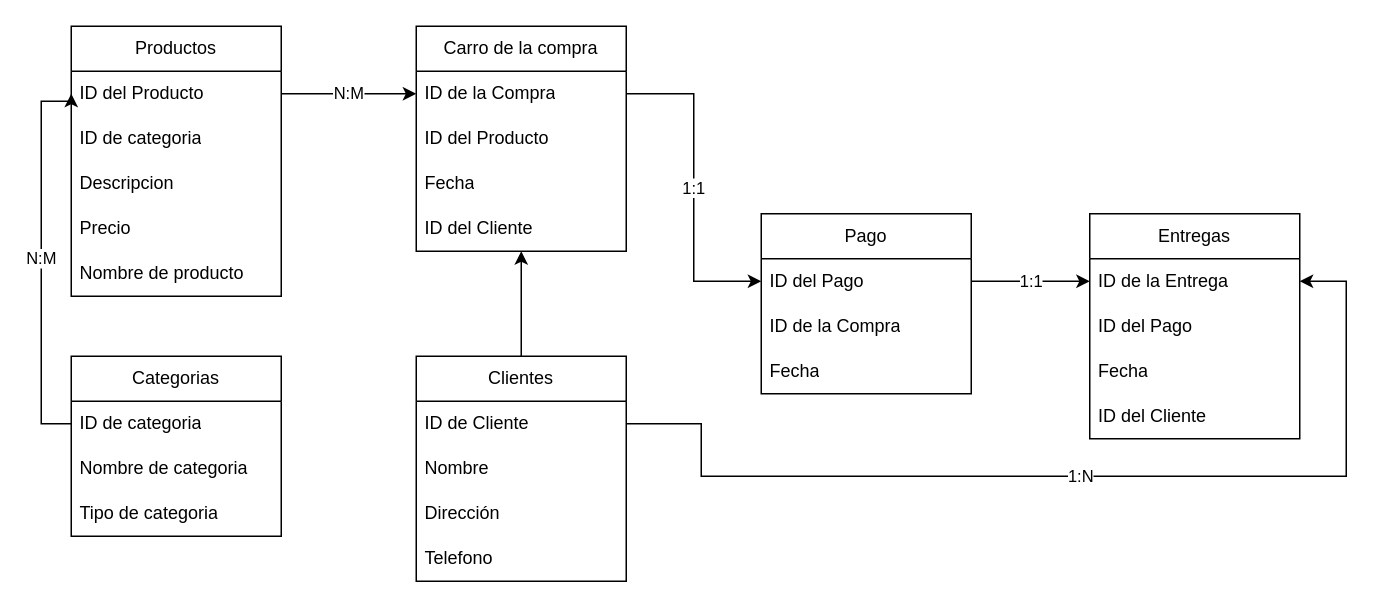
Earlier version of the draw.io diagram diagrama-entidad-relacion.drawio (AnderCasillas/images). Source tidied: cells renumbered, new cells numbered last; positions are measured from the earlier drawing's top-left corner, leaving out a move shared by most shapes. Both pictures are drawn from the tidied source at 150%, with x=0, y=0 at pixel (40, 26).
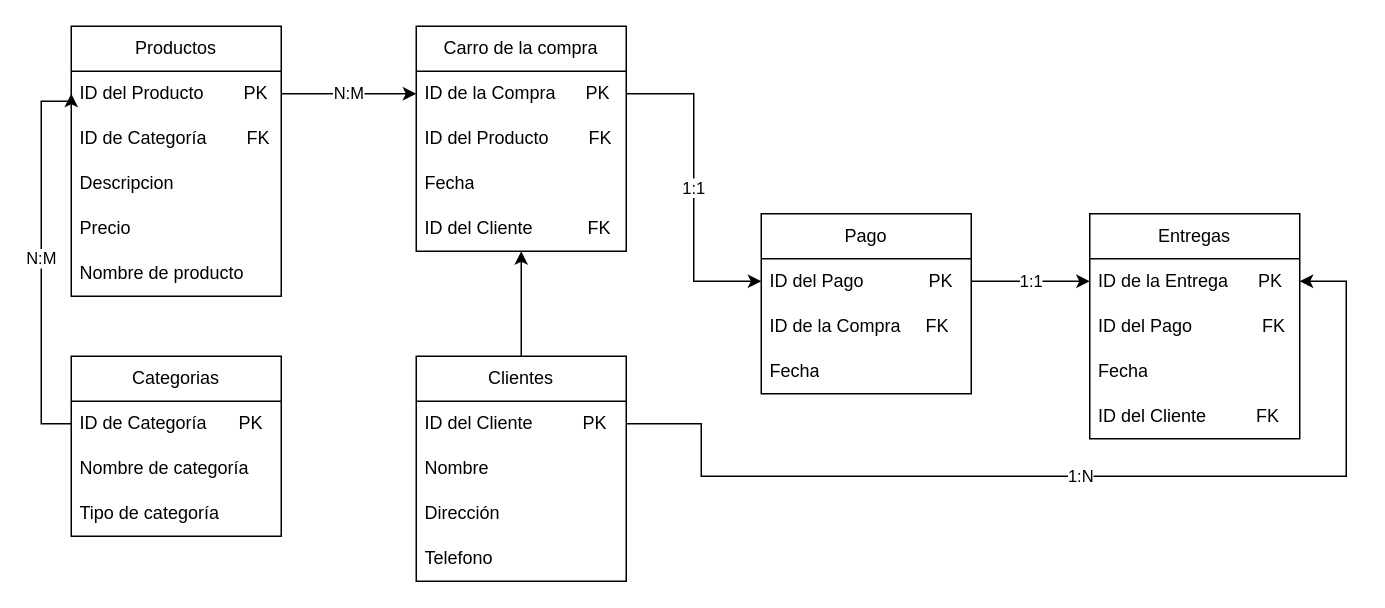
The same diagram, later.

The change refers to these unchanged cells:
```xml
<mxCell id="2" value="Categorias" style="swimlane;fontStyle=0;horizontal=1;startSize=30;whiteSpace=wrap;html=1;" parent="1" vertex="1">
  <mxGeometry x="20" y="220" width="140" height="120" as="geometry" />
</mxCell>
<mxCell id="6" value="Carro de la compra" style="swimlane;fontStyle=0;horizontal=1;startSize=30;whiteSpace=wrap;html=1;" parent="1" vertex="1">
  <mxGeometry x="250" width="140" height="150" as="geometry" />
</mxCell>
<mxCell id="11" value="Entregas" style="swimlane;fontStyle=0;horizontal=1;startSize=30;whiteSpace=wrap;html=1;" parent="1" vertex="1">
  <mxGeometry x="699" y="125" width="140" height="150" as="geometry" />
</mxCell>
<mxCell id="17" value="Clientes" style="swimlane;fontStyle=0;horizontal=1;startSize=30;whiteSpace=wrap;html=1;" parent="1" vertex="1">
  <mxGeometry x="250" y="220" width="140" height="150" as="geometry" />
</mxCell>
<mxCell id="22" value="Productos" style="swimlane;fontStyle=0;horizontal=1;startSize=30;whiteSpace=wrap;html=1;" parent="1" vertex="1">
  <mxGeometry x="20" width="140" height="180" as="geometry" />
</mxCell>
<mxCell id="29" value="Pago" style="swimlane;fontStyle=0;horizontal=1;startSize=30;whiteSpace=wrap;html=1;" parent="1" vertex="1">
  <mxGeometry x="480" y="125" width="140" height="120" as="geometry" />
</mxCell>
```

Diff of the diagram source:
```diff
@@
-    <mxCell id="3" value="ID de categoria" style="text;strokeColor=none;fillColor=none;align=left;verticalAlign=middle;spacingLeft=4;spacingRight=4;overflow=hidden;points=[[0,0.5],[1,0.5]];portConstraint=eastwest;whiteSpace=wrap;html=1;" parent="2" vertex="1">
+    <mxCell id="3" value="ID de Categoría" style="text;strokeColor=none;fillColor=none;align=left;verticalAlign=middle;spacingLeft=4;spacingRight=4;overflow=hidden;points=[[0,0.5],[1,0.5]];portConstraint=eastwest;whiteSpace=wrap;html=1;" parent="2" vertex="1">
       <mxGeometry y="30" width="140" height="30" as="geometry" />
     </mxCell>
-    <mxCell id="4" value="Nombre de categoria" style="text;strokeColor=none;fillColor=none;align=left;verticalAlign=middle;spacingLeft=4;spacingRight=4;overflow=hidden;whiteSpace=wrap;html=1;" parent="2" vertex="1">
+    <mxCell id="4" value="Nombre de categoría" style="text;strokeColor=none;fillColor=none;align=left;verticalAlign=middle;spacingLeft=4;spacingRight=4;overflow=hidden;whiteSpace=wrap;html=1;" parent="2" vertex="1">
       <mxGeometry y="60" width="140" height="30" as="geometry" />
     </mxCell>
-    <mxCell id="5" value="Tipo de categoria" style="text;strokeColor=none;fillColor=none;align=left;verticalAlign=middle;spacingLeft=4;spacingRight=4;overflow=hidden;whiteSpace=wrap;html=1;" parent="2" vertex="1">
+    <mxCell id="5" value="Tipo de categoría" style="text;strokeColor=none;fillColor=none;align=left;verticalAlign=middle;spacingLeft=4;spacingRight=4;overflow=hidden;whiteSpace=wrap;html=1;" parent="2" vertex="1">
       <mxGeometry y="90" width="140" height="30" as="geometry" />
     </mxCell>
@@
-    <mxCell id="7" value="ID de la Compra" style="text;strokeColor=none;fillColor=none;align=left;verticalAlign=middle;spacingLeft=4;spacingRight=4;overflow=hidden;points=[[0,0.5],[1,0.5]];portConstraint=eastwest;whiteSpace=wrap;html=1;" parent="6" vertex="1">
+    <mxCell id="7" value="ID de la Compra&amp;nbsp;&amp;nbsp;&amp;nbsp;&amp;nbsp;&amp;nbsp; PK" style="text;strokeColor=none;fillColor=none;align=left;verticalAlign=middle;spacingLeft=4;spacingRight=4;overflow=hidden;points=[[0,0.5],[1,0.5]];portConstraint=eastwest;whiteSpace=wrap;html=1;" parent="6" vertex="1">
       <mxGeometry y="30" width="140" height="30" as="geometry" />
     </mxCell>
-    <mxCell id="8" value="ID del Producto" style="text;strokeColor=none;fillColor=none;align=left;verticalAlign=middle;spacingLeft=4;spacingRight=4;overflow=hidden;whiteSpace=wrap;html=1;" parent="6" vertex="1">
-      <mxGeometry y="60" width="140" height="30" as="geometry" />
-    </mxCell>
+    <mxCell id="37" value="ID del Producto&amp;nbsp;&amp;nbsp;&amp;nbsp;&amp;nbsp;&amp;nbsp;&amp;nbsp;&amp;nbsp; FK" style="text;strokeColor=none;fillColor=none;align=left;verticalAlign=middle;spacingLeft=4;spacingRight=4;overflow=hidden;whiteSpace=wrap;html=1;" parent="6" vertex="1">
+      <mxGeometry y="60" width="140" height="30" as="geometry" />
+    </mxCell>
@@
-    <mxCell id="10" value="ID del Cliente" style="text;strokeColor=none;fillColor=none;align=left;verticalAlign=middle;spacingLeft=4;spacingRight=4;overflow=hidden;whiteSpace=wrap;html=1;" parent="6" vertex="1">
+    <mxCell id="10" value="ID del Cliente&amp;nbsp;&amp;nbsp;&amp;nbsp;&amp;nbsp;&amp;nbsp;&amp;nbsp;&amp;nbsp;&amp;nbsp;&amp;nbsp;&amp;nbsp; FK" style="text;strokeColor=none;fillColor=none;align=left;verticalAlign=middle;spacingLeft=4;spacingRight=4;overflow=hidden;whiteSpace=wrap;html=1;" parent="6" vertex="1">
       <mxGeometry y="120" width="140" height="30" as="geometry" />
     </mxCell>
@@
-    <mxCell id="12" value="ID de la Entrega" style="text;strokeColor=none;fillColor=none;align=left;verticalAlign=middle;spacingLeft=4;spacingRight=4;overflow=hidden;points=[[0,0.5],[1,0.5]];portConstraint=eastwest;whiteSpace=wrap;html=1;" parent="11" vertex="1">
+    <mxCell id="12" value="ID de la Entrega&amp;nbsp;&amp;nbsp;&amp;nbsp;&amp;nbsp;&amp;nbsp; PK" style="text;strokeColor=none;fillColor=none;align=left;verticalAlign=middle;spacingLeft=4;spacingRight=4;overflow=hidden;points=[[0,0.5],[1,0.5]];portConstraint=eastwest;whiteSpace=wrap;html=1;" parent="11" vertex="1">
       <mxGeometry y="30" width="140" height="30" as="geometry" />
     </mxCell>
-    <mxCell id="13" value="ID del Pago" style="text;strokeColor=none;fillColor=none;align=left;verticalAlign=middle;spacingLeft=4;spacingRight=4;overflow=hidden;whiteSpace=wrap;html=1;" parent="11" vertex="1">
+    <mxCell id="13" value="ID del Pago&amp;nbsp;&amp;nbsp;&amp;nbsp;&amp;nbsp;&amp;nbsp;&amp;nbsp;&amp;nbsp;&amp;nbsp;&amp;nbsp;&amp;nbsp;&amp;nbsp;&amp;nbsp;&amp;nbsp; FK" style="text;strokeColor=none;fillColor=none;align=left;verticalAlign=middle;spacingLeft=4;spacingRight=4;overflow=hidden;whiteSpace=wrap;html=1;" parent="11" vertex="1">
       <mxGeometry y="60" width="140" height="30" as="geometry" />
     </mxCell>
@@
-    <mxCell id="15" value="ID del Cliente" style="text;strokeColor=none;fillColor=none;align=left;verticalAlign=middle;spacingLeft=4;spacingRight=4;overflow=hidden;whiteSpace=wrap;html=1;" parent="11" vertex="1">
+    <mxCell id="15" value="ID del Cliente&amp;nbsp;&amp;nbsp;&amp;nbsp;&amp;nbsp;&amp;nbsp;&amp;nbsp;&amp;nbsp;&amp;nbsp;&amp;nbsp; FK" style="text;strokeColor=none;fillColor=none;align=left;verticalAlign=middle;spacingLeft=4;spacingRight=4;overflow=hidden;whiteSpace=wrap;html=1;" parent="11" vertex="1">
       <mxGeometry y="120" width="140" height="30" as="geometry" />
     </mxCell>
@@
-    <mxCell id="18" value="ID de Cliente" style="text;strokeColor=none;fillColor=none;align=left;verticalAlign=middle;spacingLeft=4;spacingRight=4;overflow=hidden;points=[[0,0.5],[1,0.5]];portConstraint=eastwest;whiteSpace=wrap;html=1;" parent="17" vertex="1">
+    <mxCell id="18" value="ID del Cliente&amp;nbsp;&amp;nbsp;&amp;nbsp;&amp;nbsp;&amp;nbsp;&amp;nbsp;&amp;nbsp;&amp;nbsp;&amp;nbsp; PK" style="text;strokeColor=none;fillColor=none;align=left;verticalAlign=middle;spacingLeft=4;spacingRight=4;overflow=hidden;points=[[0,0.5],[1,0.5]];portConstraint=eastwest;whiteSpace=wrap;html=1;" parent="17" vertex="1">
       <mxGeometry y="30" width="140" height="30" as="geometry" />
     </mxCell>
@@
-    <mxCell id="23" value="ID del Producto" style="text;strokeColor=none;fillColor=none;align=left;verticalAlign=middle;spacingLeft=4;spacingRight=4;overflow=hidden;points=[[0,0.5],[1,0.5]];portConstraint=eastwest;whiteSpace=wrap;html=1;" parent="22" vertex="1">
+    <mxCell id="23" value="ID del Producto&amp;nbsp;&amp;nbsp;&amp;nbsp;&amp;nbsp;&amp;nbsp;&amp;nbsp;&amp;nbsp; PK" style="text;strokeColor=none;fillColor=none;align=left;verticalAlign=middle;spacingLeft=4;spacingRight=4;overflow=hidden;points=[[0,0.5],[1,0.5]];portConstraint=eastwest;whiteSpace=wrap;html=1;" parent="22" vertex="1">
       <mxGeometry y="30" width="140" height="30" as="geometry" />
     </mxCell>
-    <mxCell id="24" value="ID de categoria" style="text;strokeColor=none;fillColor=none;align=left;verticalAlign=middle;spacingLeft=4;spacingRight=4;overflow=hidden;whiteSpace=wrap;html=1;" parent="22" vertex="1">
+    <mxCell id="24" value="ID de Categoría&amp;nbsp;&amp;nbsp;&amp;nbsp;&amp;nbsp;&amp;nbsp;&amp;nbsp;&amp;nbsp; FK" style="text;strokeColor=none;fillColor=none;align=left;verticalAlign=middle;spacingLeft=4;spacingRight=4;overflow=hidden;whiteSpace=wrap;html=1;" parent="22" vertex="1">
       <mxGeometry y="60" width="140" height="30" as="geometry" />
     </mxCell>
@@
-    <mxCell id="30" value="ID del Pago" style="text;strokeColor=none;fillColor=none;align=left;verticalAlign=middle;spacingLeft=4;spacingRight=4;overflow=hidden;points=[[0,0.5],[1,0.5]];portConstraint=eastwest;whiteSpace=wrap;html=1;" parent="29" vertex="1">
+    <mxCell id="30" value="ID del Pago&amp;nbsp;&amp;nbsp;&amp;nbsp;&amp;nbsp;&amp;nbsp;&amp;nbsp;&amp;nbsp;&amp;nbsp;&amp;nbsp;&amp;nbsp;&amp;nbsp;&amp;nbsp; PK" style="text;strokeColor=none;fillColor=none;align=left;verticalAlign=middle;spacingLeft=4;spacingRight=4;overflow=hidden;points=[[0,0.5],[1,0.5]];portConstraint=eastwest;whiteSpace=wrap;html=1;" parent="29" vertex="1">
       <mxGeometry y="30" width="140" height="30" as="geometry" />
     </mxCell>
-    <mxCell id="31" value="ID de la Compra" style="text;strokeColor=none;fillColor=none;align=left;verticalAlign=middle;spacingLeft=4;spacingRight=4;overflow=hidden;whiteSpace=wrap;html=1;" parent="29" vertex="1">
+    <mxCell id="31" value="ID de la Compra&amp;nbsp;&amp;nbsp;&amp;nbsp;&amp;nbsp; FK" style="text;strokeColor=none;fillColor=none;align=left;verticalAlign=middle;spacingLeft=4;spacingRight=4;overflow=hidden;whiteSpace=wrap;html=1;" parent="29" vertex="1">
       <mxGeometry y="60" width="140" height="30" as="geometry" />
     </mxCell>
@@
+    <mxCell id="38" value="PK" style="text;strokeColor=none;fillColor=none;align=center;verticalAlign=middle;rounded=0;whiteSpace=wrap;" parent="1" vertex="1">
+      <mxGeometry x="110" y="250" width="60" height="30" as="geometry" />
+    </mxCell>
```
